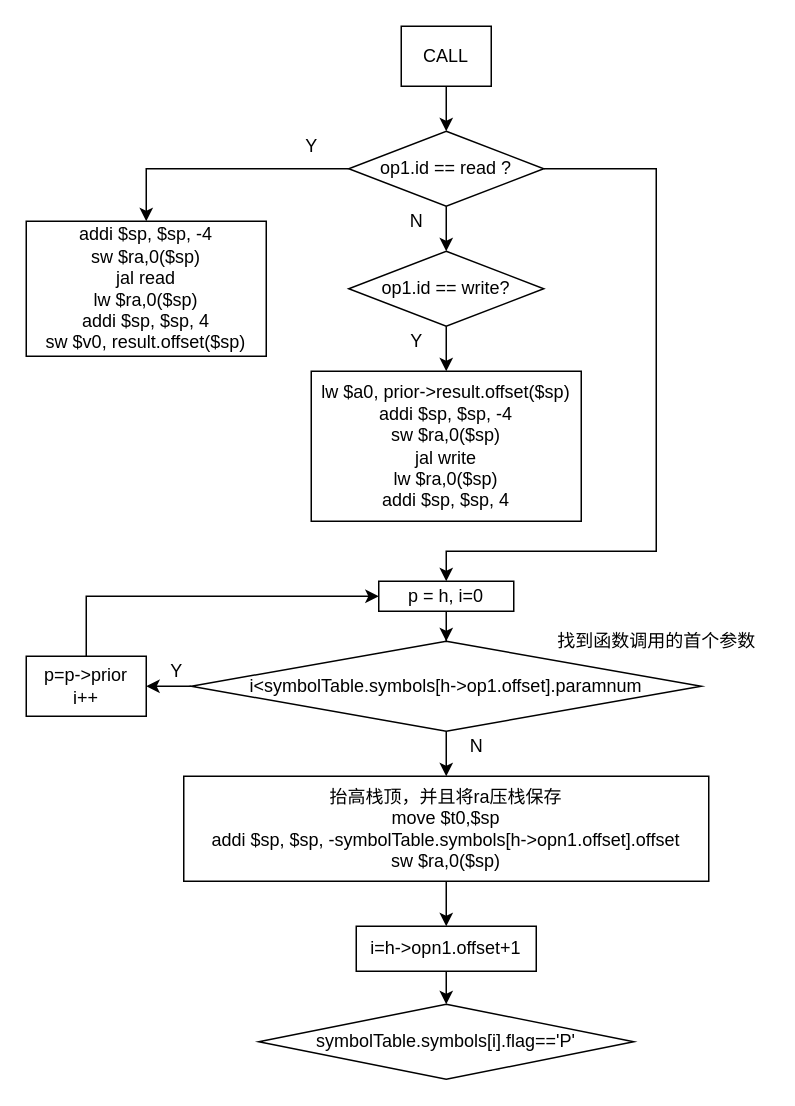
This is 编译原理/目标代码生成.drawio from AgentGuo/flow_chart, a draw.io file, before an edit. Source tidied: cells renumbered, new cells numbered last; positions are measured from the earlier drawing's top-left corner, leaving out a move shared by most shapes. Both pictures are drawn from the tidied source at 150%, with x=0, y=0 at pixel (26, 26).
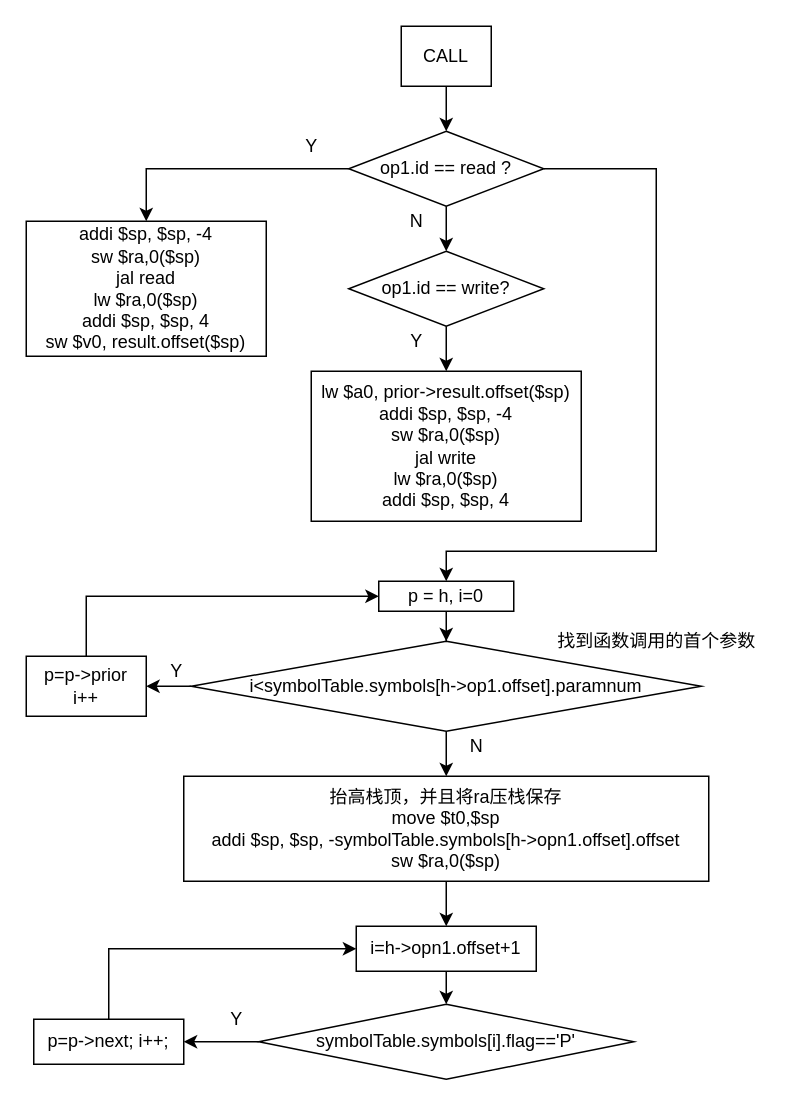
The same diagram, later.

Commit message (it also covers changes not shown here):
更新目标代码生成.drawio

Unchanged cells that the change refers to:
```xml
<mxCell id="27" value="i=h-&amp;gt;opn1.offset+1" style="whiteSpace=wrap;fontFamily=Helvetica;fontSize=12;html=1;" parent="1" vertex="1">
  <mxGeometry x="220" y="600" width="120" height="30" as="geometry" />
</mxCell>
<mxCell id="28" value="symbolTable.symbols[i].flag=='P'" style="rhombus;whiteSpace=wrap;fontFamily=Helvetica;fontSize=12;" parent="1" vertex="1">
  <mxGeometry x="155" y="652" width="250" height="50" as="geometry" />
</mxCell>
```

What changed in the source:
```diff
@@
+    <mxCell id="30" style="edgeStyle=orthogonalEdgeStyle;rounded=0;jettySize=auto;html=1;entryX=1;entryY=0.5;entryDx=0;entryDy=0;fontFamily=Helvetica;fontSize=12;" parent="1" edge="1" source="28" target="32">
+      <mxGeometry relative="1" as="geometry" />
+    </mxCell>
@@
+    <mxCell id="31" style="edgeStyle=orthogonalEdgeStyle;rounded=0;jettySize=auto;html=1;entryX=0;entryY=0.5;entryDx=0;entryDy=0;fontFamily=Helvetica;fontSize=12;" parent="1" edge="1" source="32" target="27">
+      <mxGeometry relative="1" as="geometry">
+        <Array as="points">
+          <mxPoint x="55" y="615" />
+        </Array>
+      </mxGeometry>
+    </mxCell>
+    <mxCell id="32" value="p=p-&amp;gt;next; i++;" style="whiteSpace=wrap;fontFamily=Helvetica;fontSize=12;html=1;" parent="1" vertex="1">
+      <mxGeometry x="5" y="662" width="100" height="30" as="geometry" />
+    </mxCell>
+    <mxCell id="33" value="Y" style="text;html=1;align=center;verticalAlign=middle;fontSize=12;fontFamily=Helvetica;" parent="1" vertex="1">
+      <mxGeometry x="130" y="652" width="20" height="20" as="geometry" />
+    </mxCell>
```
